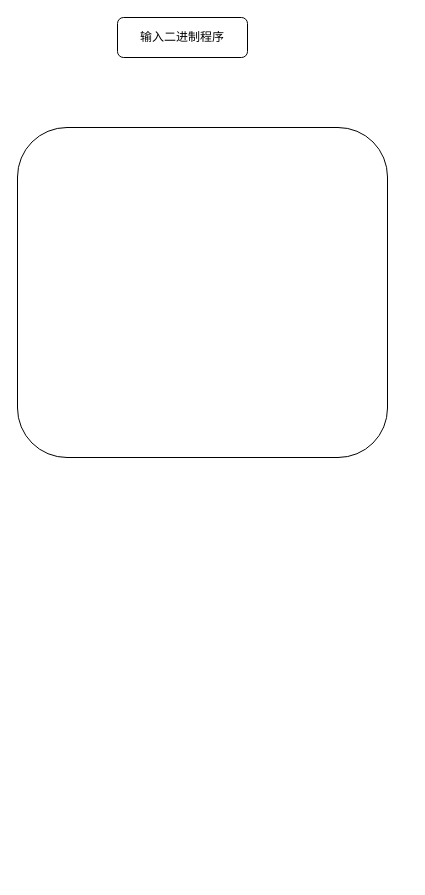
The draw.io diagram MindMap/反编译模块流程图.drawio in hourhl/Draw-io, before the edit. Source tidied: cells renumbered, new cells numbered last; positions are measured from the earlier drawing's top-left corner, leaving out a move shared by most shapes. Both pictures are drawn from the tidied source at 100%, with x=0, y=0 at pixel (17, 17).
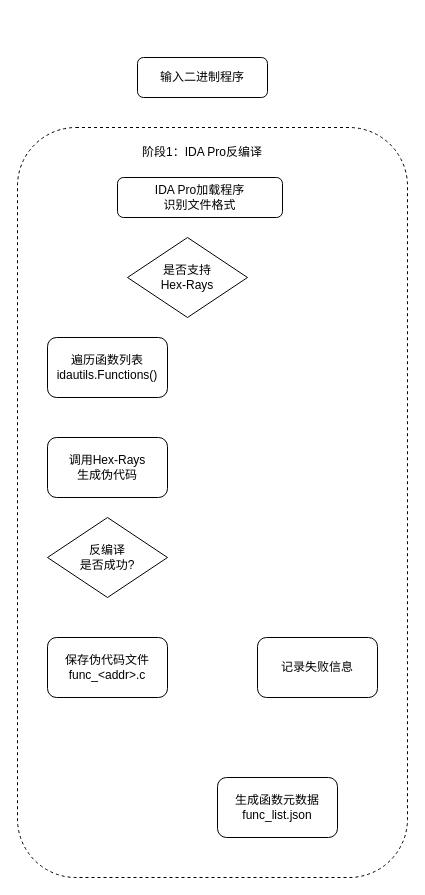
After the change.

Commit message (it also covers changes not shown here):
更新反编译模块流程图.drawio

Change to the diagram source:
```diff
@@
 <mxGraphModel>
   <root>
     <mxCell id="0" />
     <mxCell id="1" parent="0" />
     <mxCell id="2" value="输入二进制程序" style="rounded=1;whiteSpace=wrap;html=1;" parent="1" vertex="1">
-      <mxGeometry x="100" width="130" height="40" as="geometry" />
+      <mxGeometry x="120" y="40" width="130" height="40" as="geometry" />
     </mxCell>
-    <mxCell id="3" style="rounded=1;whiteSpace=wrap;html=1;" parent="1" vertex="1">
-      <mxGeometry y="110" width="370" height="330" as="geometry" />
+    <mxCell id="3" style="rounded=1;whiteSpace=wrap;html=1;dashed=1;" parent="1" vertex="1">
+      <mxGeometry y="110" width="390" height="750" as="geometry" />
     </mxCell>
+    <mxCell id="4" value="IDA Pro加载程序&lt;div&gt;识别文件格式&lt;/div&gt;" style="rounded=1;whiteSpace=wrap;html=1;" parent="1" vertex="1">
+      <mxGeometry x="100" y="160" width="165" height="40" as="geometry" />
+    </mxCell>
+    <mxCell id="5" value="阶段1：IDA Pro反编译" style="text;html=1;whiteSpace=wrap;strokeColor=none;fillColor=none;align=center;verticalAlign=middle;rounded=0;" parent="1" vertex="1">
+      <mxGeometry x="115" y="120" width="140" height="30" as="geometry" />
+    </mxCell>
+    <mxCell id="6" value="是否支持&lt;div&gt;Hex-Rays&lt;/div&gt;" style="rhombus;whiteSpace=wrap;html=1;" parent="1" vertex="1">
+      <mxGeometry x="110" y="220" width="120" height="80" as="geometry" />
+    </mxCell>
+    <mxCell id="7" value="遍历函数列表&lt;div&gt;idautils.Functions()&lt;/div&gt;" style="rounded=1;whiteSpace=wrap;html=1;" parent="1" vertex="1">
+      <mxGeometry x="30" y="320" width="120" height="60" as="geometry" />
+    </mxCell>
+    <mxCell id="8" value="调用Hex-Rays&lt;div&gt;生成伪代码&lt;/div&gt;" style="rounded=1;whiteSpace=wrap;html=1;" parent="1" vertex="1">
+      <mxGeometry x="30" y="420" width="120" height="60" as="geometry" />
+    </mxCell>
+    <mxCell id="9" value="反编译&lt;div&gt;是否成功?&lt;/div&gt;" style="rhombus;whiteSpace=wrap;html=1;" parent="1" vertex="1">
+      <mxGeometry x="30" y="500" width="120" height="80" as="geometry" />
+    </mxCell>
+    <mxCell id="10" value="保存伪代码文件&lt;div&gt;func_&amp;lt;addr&amp;gt;.c&lt;/div&gt;" style="rounded=1;whiteSpace=wrap;html=1;" parent="1" vertex="1">
+      <mxGeometry x="30" y="620" width="120" height="60" as="geometry" />
+    </mxCell>
+    <mxCell id="11" value="生成函数元数据func_list.json" style="rounded=1;whiteSpace=wrap;html=1;" parent="1" vertex="1">
+      <mxGeometry x="200" y="760" width="120" height="60" as="geometry" />
+    </mxCell>
+    <mxCell id="12" value="记录失败信息" style="rounded=1;whiteSpace=wrap;html=1;" parent="1" vertex="1">
+      <mxGeometry x="240" y="620" width="120" height="60" as="geometry" />
+    </mxCell>
   </root>
 </mxGraphModel>
```
